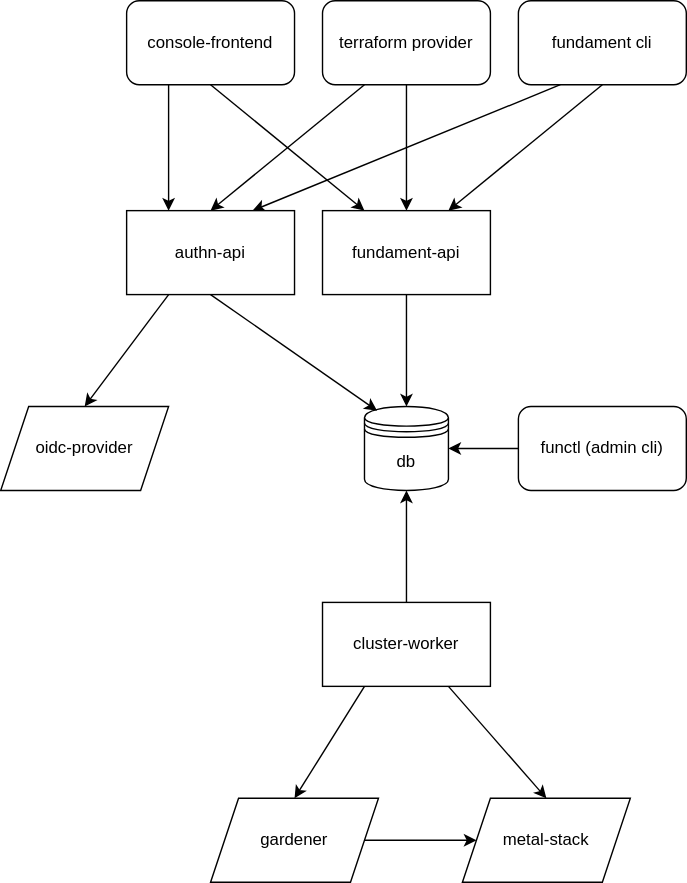
Above: overview.drawio.svg in fundament-oss/fundament (draw.io), before the change. Source tidied: cells renumbered, new cells last; positions are measured from the earlier drawing's top-left corner, leaving out a move shared by most shapes.
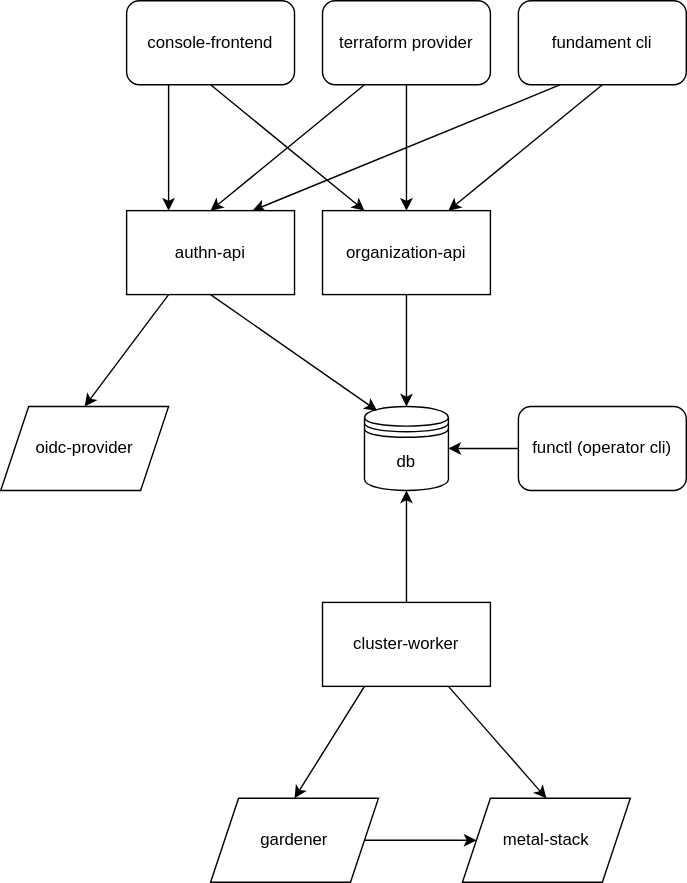
Later version of the same file.

Diff of the diagram source:
```diff
@@ -20,7 +20,7 @@
     <mxCell id="7" style="edgeStyle=none;html=1;exitX=0.5;exitY=1;exitDx=0;exitDy=0;entryX=0.5;entryY=0;entryDx=0;entryDy=0;" parent="1" edge="1" source="8" target="2">
       <mxGeometry relative="1" as="geometry" />
     </mxCell>
-    <mxCell id="8" value="fundament-api" style="whiteSpace=wrap;html=1;" parent="1" vertex="1">
+    <mxCell id="8" value="organization-api" style="whiteSpace=wrap;html=1;" parent="1" vertex="1">
       <mxGeometry x="230" y="150" width="120" height="60" as="geometry" />
     </mxCell>
     <mxCell id="9" style="edgeStyle=none;html=1;exitX=0.5;exitY=1;exitDx=0;exitDy=0;entryX=0.25;entryY=0;entryDx=0;entryDy=0;" parent="1" edge="1" source="11" target="8">
@@ -74,7 +74,7 @@
     <mxCell id="25" style="edgeStyle=none;html=1;exitX=0;exitY=0.5;exitDx=0;exitDy=0;entryX=1;entryY=0.5;entryDx=0;entryDy=0;" parent="1" edge="1" source="26" target="2">
       <mxGeometry relative="1" as="geometry" />
     </mxCell>
-    <mxCell id="26" value="functl (admin cli)" style="rounded=1;whiteSpace=wrap;html=1;" parent="1" vertex="1">
+    <mxCell id="26" value="functl (operator cli)" style="rounded=1;whiteSpace=wrap;html=1;" parent="1" vertex="1">
       <mxGeometry x="370" y="290" width="120" height="60" as="geometry" />
     </mxCell>
   </root>
```
